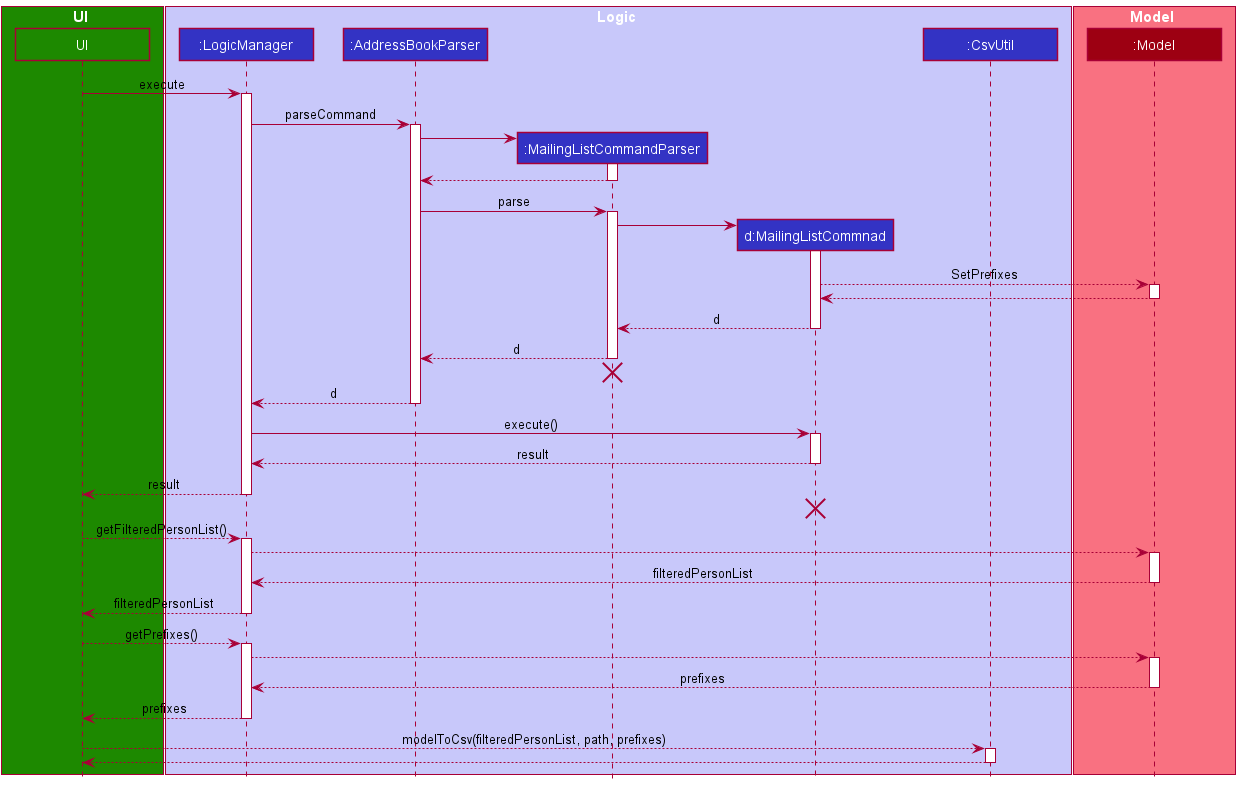
Before: docs/images/MailingListSequenceDiagram.png, a diagram exported from PlantUML (nus-cs2103-AY2122S1/tp).
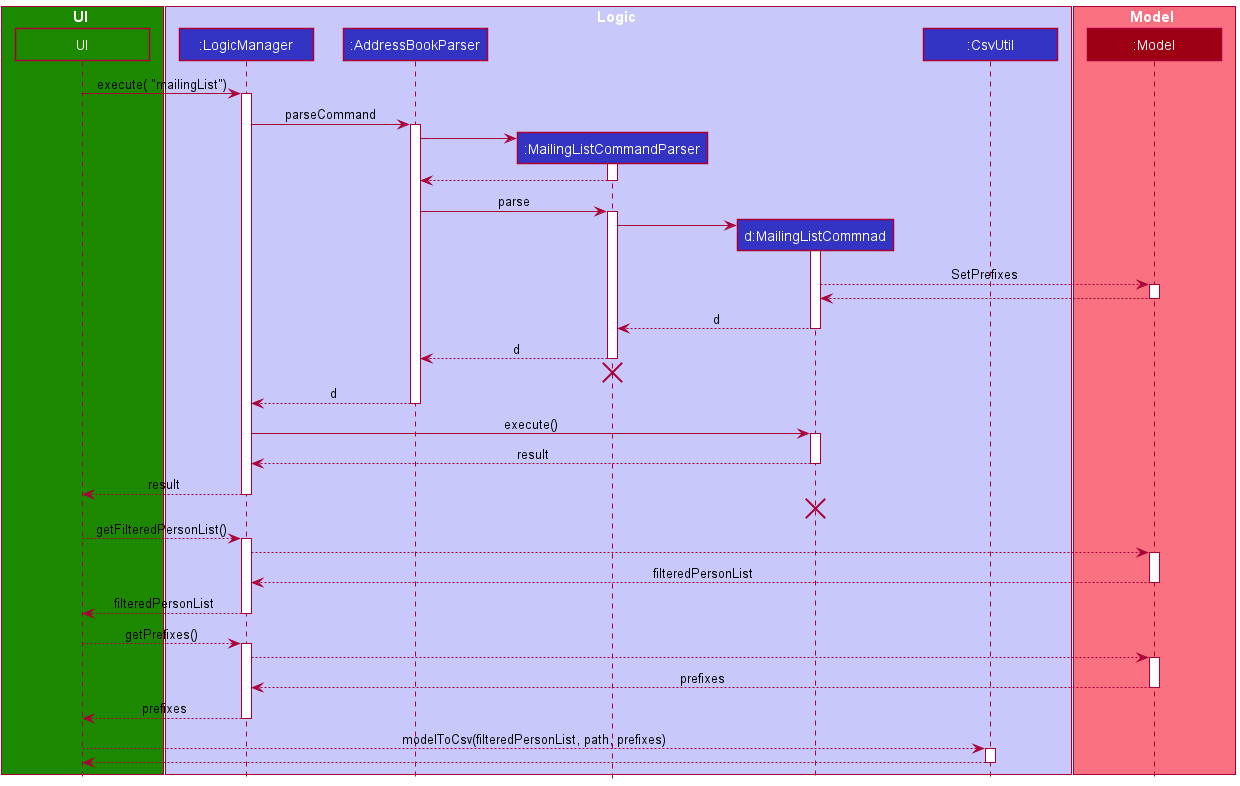
Later version of the same file.

The edit, as a diff of the source:
```diff
@@ -18,7 +18,7 @@
 participant ":Model" as Model MODEL_COLOR
 end box
 
-UI -> LogicManager : execute
+UI -> LogicManager : execute( "mailingList")
 activate LogicManager
 
 LogicManager -> AddressBookParser : parseCommand
```
